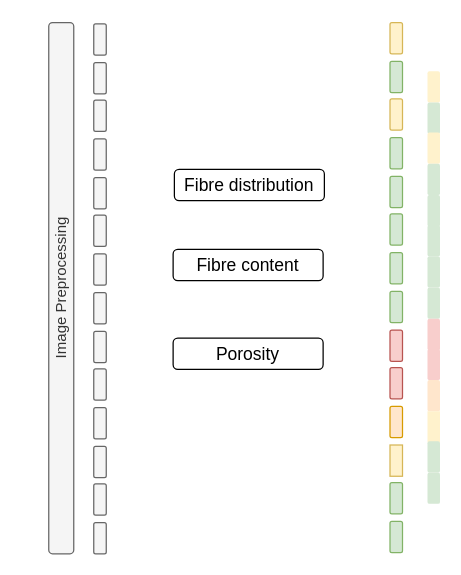
Before: Workflow_UD.drawio in kay-squared/PyTorchLearn, a draw.io diagram. Source tidied: cells renumbered, new cells numbered last; positions are measured from the earlier drawing's top-left corner, leaving out a move shared by most shapes. Both pictures are drawn from the tidied source at 125%, with x=0, y=0 at pixel (-205, 31).
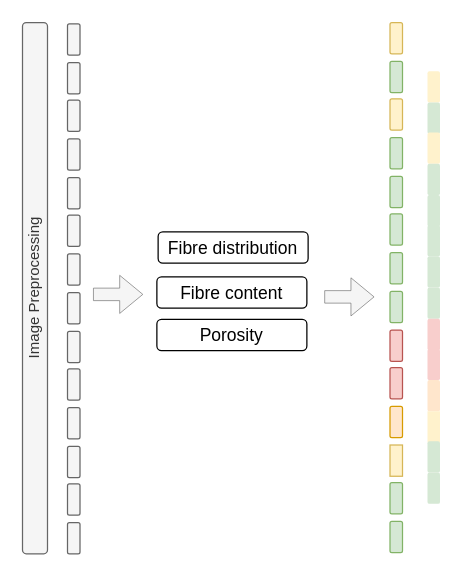
Above is the later version.

What changed in the source:
```diff
@@
     <mxCell id="2" value="Image Preprocessing" style="rounded=1;whiteSpace=wrap;html=1;rotation=270;fillColor=#f5f5f5;fontColor=#333333;strokeColor=#666666;" parent="1" vertex="1">
-      <mxGeometry y="195" width="425" height="20" as="geometry" />
+      <mxGeometry x="-21" y="195" width="425" height="20" as="geometry" />
     </mxCell>
     <mxCell id="3" style="rounded=1;whiteSpace=wrap;html=1;rotation=270;fillColor=#f5f5f5;fontColor=#333333;strokeColor=#666666;" parent="1" vertex="1">
-      <mxGeometry x="231" y="1" width="25" height="10" as="geometry" />
+      <mxGeometry x="210" y="1" width="25" height="10" as="geometry" />
     </mxCell>
     <mxCell id="4" style="rounded=1;whiteSpace=wrap;html=1;rotation=270;fillColor=#f5f5f5;fontColor=#333333;strokeColor=#666666;" parent="1" vertex="1">
-      <mxGeometry x="231" y="32" width="25" height="10" as="geometry" />
+      <mxGeometry x="210" y="32" width="25" height="10" as="geometry" />
     </mxCell>
     <mxCell id="5" style="rounded=1;whiteSpace=wrap;html=1;rotation=270;fillColor=#f5f5f5;fontColor=#333333;strokeColor=#666666;" parent="1" vertex="1">
-      <mxGeometry x="231" y="62" width="25" height="10" as="geometry" />
+      <mxGeometry x="210" y="62" width="25" height="10" as="geometry" />
     </mxCell>
     <mxCell id="6" style="rounded=1;whiteSpace=wrap;html=1;rotation=270;fillColor=#f5f5f5;fontColor=#333333;strokeColor=#666666;" parent="1" vertex="1">
-      <mxGeometry x="231" y="93" width="25" height="10" as="geometry" />
+      <mxGeometry x="210" y="93" width="25" height="10" as="geometry" />
     </mxCell>
     <mxCell id="7" style="rounded=1;whiteSpace=wrap;html=1;rotation=270;fillColor=#f5f5f5;fontColor=#333333;strokeColor=#666666;" parent="1" vertex="1">
-      <mxGeometry x="231" y="124" width="25" height="10" as="geometry" />
+      <mxGeometry x="210" y="124" width="25" height="10" as="geometry" />
     </mxCell>
     <mxCell id="8" style="rounded=1;whiteSpace=wrap;html=1;rotation=270;fillColor=#f5f5f5;fontColor=#333333;strokeColor=#666666;" parent="1" vertex="1">
-      <mxGeometry x="231" y="154" width="25" height="10" as="geometry" />
+      <mxGeometry x="210" y="154" width="25" height="10" as="geometry" />
     </mxCell>
     <mxCell id="9" style="rounded=1;whiteSpace=wrap;html=1;rotation=270;fillColor=#f5f5f5;fontColor=#333333;strokeColor=#666666;" parent="1" vertex="1">
-      <mxGeometry x="231" y="185" width="25" height="10" as="geometry" />
+      <mxGeometry x="210" y="185" width="25" height="10" as="geometry" />
     </mxCell>
     <mxCell id="10" style="rounded=1;whiteSpace=wrap;html=1;rotation=270;fillColor=#f5f5f5;fontColor=#333333;strokeColor=#666666;" parent="1" vertex="1">
-      <mxGeometry x="231" y="216" width="25" height="10" as="geometry" />
+      <mxGeometry x="210" y="216" width="25" height="10" as="geometry" />
     </mxCell>
     <mxCell id="11" style="rounded=1;whiteSpace=wrap;html=1;rotation=270;fillColor=#f5f5f5;fontColor=#333333;strokeColor=#666666;" parent="1" vertex="1">
-      <mxGeometry x="231" y="247" width="25" height="10" as="geometry" />
+      <mxGeometry x="210" y="247" width="25" height="10" as="geometry" />
     </mxCell>
     <mxCell id="12" style="rounded=1;whiteSpace=wrap;html=1;rotation=270;fillColor=#f5f5f5;fontColor=#333333;strokeColor=#666666;" parent="1" vertex="1">
-      <mxGeometry x="231" y="277" width="25" height="10" as="geometry" />
+      <mxGeometry x="210" y="277" width="25" height="10" as="geometry" />
     </mxCell>
     <mxCell id="13" style="rounded=1;whiteSpace=wrap;html=1;rotation=270;fillColor=#f5f5f5;fontColor=#333333;strokeColor=#666666;" parent="1" vertex="1">
-      <mxGeometry x="231" y="308" width="25" height="10" as="geometry" />
+      <mxGeometry x="210" y="308" width="25" height="10" as="geometry" />
     </mxCell>
     <mxCell id="14" style="rounded=1;whiteSpace=wrap;html=1;rotation=270;fillColor=#f5f5f5;fontColor=#333333;strokeColor=#666666;" parent="1" vertex="1">
-      <mxGeometry x="231" y="339" width="25" height="10" as="geometry" />
+      <mxGeometry x="210" y="339" width="25" height="10" as="geometry" />
     </mxCell>
     <mxCell id="15" style="rounded=1;whiteSpace=wrap;html=1;rotation=270;fillColor=#f5f5f5;fontColor=#333333;strokeColor=#666666;" parent="1" vertex="1">
-      <mxGeometry x="231" y="369" width="25" height="10" as="geometry" />
+      <mxGeometry x="210" y="369" width="25" height="10" as="geometry" />
     </mxCell>
     <mxCell id="16" style="rounded=1;whiteSpace=wrap;html=1;rotation=270;fillColor=#f5f5f5;fontColor=#333333;strokeColor=#666666;" parent="1" vertex="1">
-      <mxGeometry x="231" y="400" width="25" height="10" as="geometry" />
+      <mxGeometry x="210" y="400" width="25" height="10" as="geometry" />
     </mxCell>
@@
     <mxCell id="45" value="Fibre distribution" style="rounded=1;whiteSpace=wrap;html=1;fontSize=14;" parent="1" vertex="1">
-      <mxGeometry x="303" y="110" width="120" height="25" as="geometry" />
+      <mxGeometry x="290" y="160" width="120" height="25" as="geometry" />
     </mxCell>
     <mxCell id="46" value="Fibre content" style="rounded=1;whiteSpace=wrap;html=1;fontSize=14;" parent="1" vertex="1">
-      <mxGeometry x="302" y="174" width="120" height="25" as="geometry" />
+      <mxGeometry x="289" y="196" width="120" height="25" as="geometry" />
     </mxCell>
     <mxCell id="47" value="Porosity" style="rounded=1;whiteSpace=wrap;html=1;fontSize=14;" parent="1" vertex="1">
-      <mxGeometry x="302" y="245" width="120" height="25" as="geometry" />
+      <mxGeometry x="289" y="230" width="120" height="25" as="geometry" />
     </mxCell>
+    <mxCell id="48" style="shape=flexArrow;endArrow=classic;html=1;rounded=0;strokeColor=#666666;strokeWidth=0.5;fontSize=14;fillColor=#f5f5f5;" parent="1" edge="1">
+      <mxGeometry relative="1" as="geometry">
+        <mxPoint x="238" y="210" as="sourcePoint" />
+        <mxPoint x="278" y="210" as="targetPoint" />
+      </mxGeometry>
+    </mxCell>
+    <mxCell id="49" style="shape=flexArrow;endArrow=classic;html=1;rounded=0;strokeColor=#666666;strokeWidth=0.5;fontSize=14;fillColor=#f5f5f5;" parent="1" edge="1">
+      <mxGeometry relative="1" as="geometry">
+        <mxPoint x="423" y="212" as="sourcePoint" />
+        <mxPoint x="463" y="212" as="targetPoint" />
+      </mxGeometry>
+    </mxCell>
```
